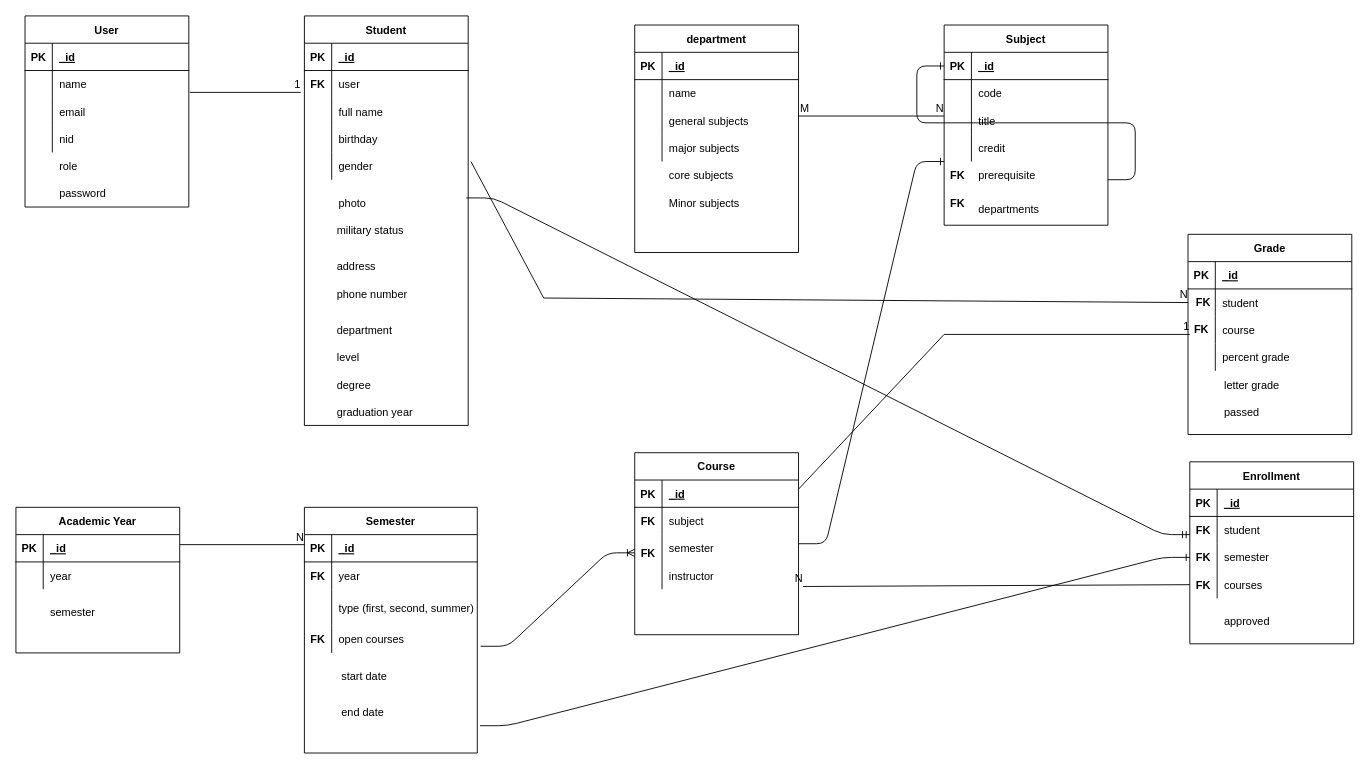
Before: backend/uml.drawio in fadibeshay/FSSR-Enrollment, a draw.io diagram. Source tidied: cells renumbered, new cells numbered last; positions are measured from the earlier drawing's top-left corner, leaving out a move shared by most shapes. Both pictures are drawn from the tidied source at 91%, with x=0, y=0 at pixel (15, 15).
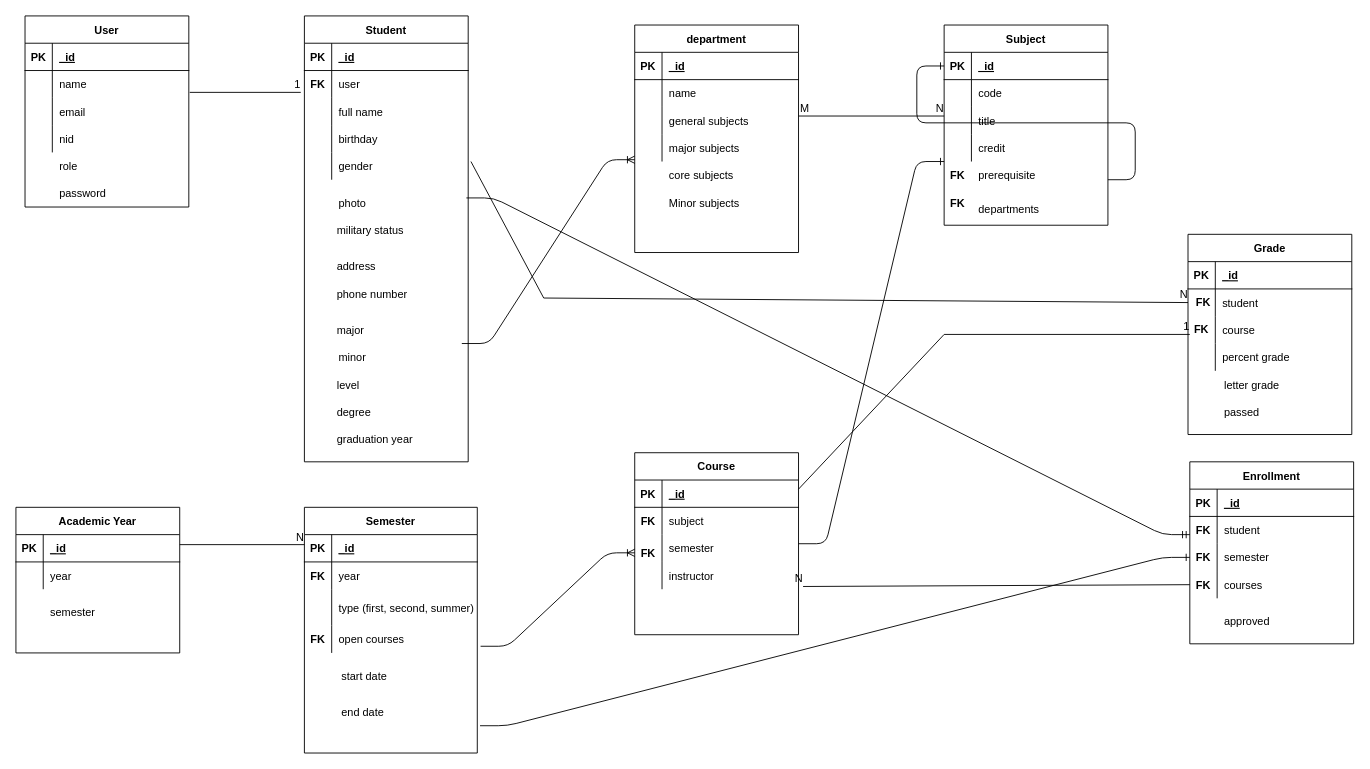
After the change.

Commit message (it also covers changes not shown here):
Update department model and controller

The edit, as a diff of the source:
```diff
@@
     <mxCell id="17" value="Student" style="shape=table;startSize=30;childLayout=tableLayout;rowLines=0;fontStyle=1;align=center;" parent="1" vertex="1">
-      <mxGeometry x="317" width="180" height="450" as="geometry" />
+      <mxGeometry x="317" width="180" height="490" as="geometry" />
     </mxCell>
@@
-    <mxCell id="36" value="department" style="shape=partialRectangle;fillColor=none;top=0;left=0;bottom=0;right=0;align=left;spacingLeft=6;overflow=hidden;" parent="1" vertex="1">
+    <mxCell id="36" value="major" style="shape=partialRectangle;fillColor=none;top=0;left=0;bottom=0;right=0;align=left;spacingLeft=6;overflow=hidden;" parent="1" vertex="1">
       <mxGeometry x="345" y="330" width="150" height="30" as="geometry" />
     </mxCell>
@@
     <mxCell id="39" value="level" style="shape=partialRectangle;fillColor=none;top=0;left=0;bottom=0;right=0;align=left;spacingLeft=6;overflow=hidden;" parent="1" vertex="1">
-      <mxGeometry x="345" y="360" width="150" height="30" as="geometry" />
+      <mxGeometry x="345" y="390" width="150" height="30" as="geometry" />
     </mxCell>
     <mxCell id="40" value="degree" style="shape=partialRectangle;fillColor=none;top=0;left=0;bottom=0;right=0;align=left;spacingLeft=6;overflow=hidden;" parent="1" vertex="1">
-      <mxGeometry x="345" y="390" width="150" height="30" as="geometry" />
+      <mxGeometry x="345" y="420" width="150" height="30" as="geometry" />
     </mxCell>
     <mxCell id="41" value="graduation year" style="shape=partialRectangle;fillColor=none;top=0;left=0;bottom=0;right=0;align=left;spacingLeft=6;overflow=hidden;" parent="1" vertex="1">
-      <mxGeometry x="345" y="420" width="150" height="30" as="geometry" />
+      <mxGeometry x="345" y="450" width="150" height="30" as="geometry" />
     </mxCell>
@@
+    <mxCell id="190" value="minor" style="shape=partialRectangle;fillColor=none;top=0;left=0;bottom=0;right=0;align=left;spacingLeft=6;overflow=hidden;" parent="1" vertex="1">
+      <mxGeometry x="347" y="360" width="150" height="30" as="geometry" />
+    </mxCell>
+    <mxCell id="191" style="edgeStyle=entityRelationEdgeStyle;fontSize=12;html=1;endArrow=ERoneToMany;" parent="1" edge="1">
+      <mxGeometry relative="1" as="geometry">
+        <mxPoint x="490" y="360" as="sourcePoint" />
+        <mxPoint x="680" y="158" as="targetPoint" />
+      </mxGeometry>
+    </mxCell>
```
